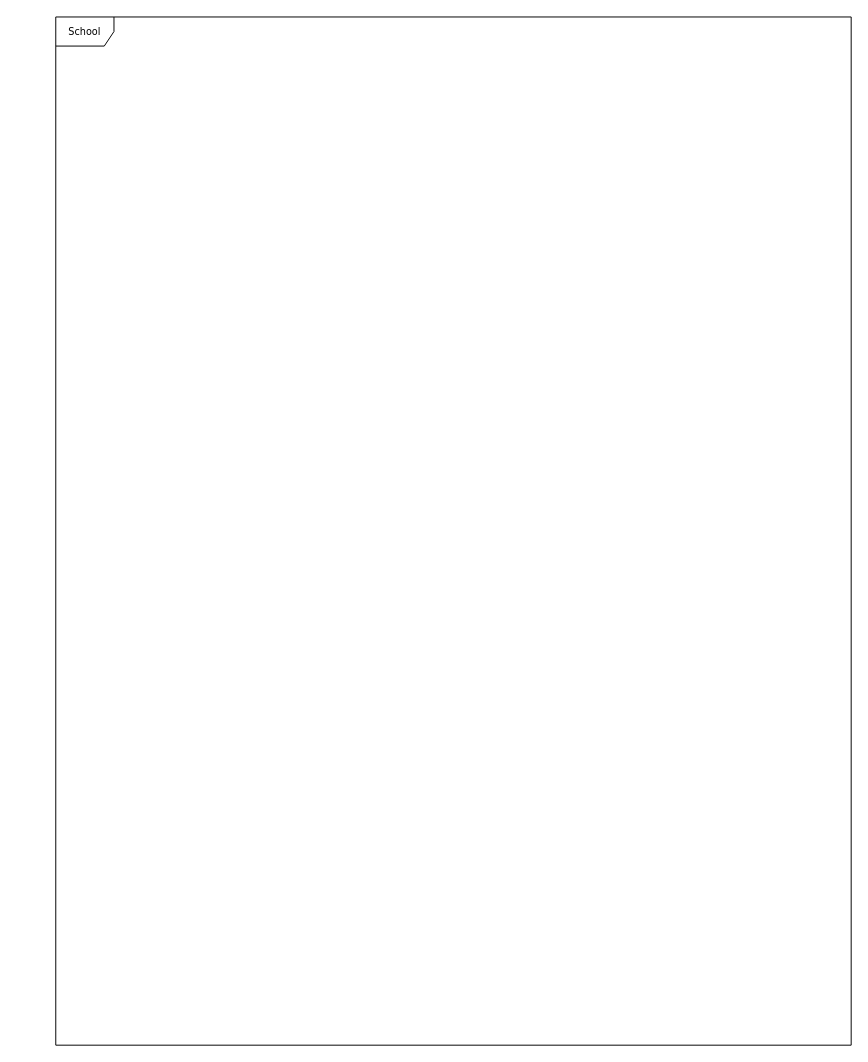
Before: School/School.class.drawio in wuwuwudedede/Lehigh, a draw.io diagram. Source tidied: cells renumbered, new cells numbered last; positions are measured from the earlier drawing's top-left corner, leaving out a move shared by most shapes. Both pictures are drawn from the tidied source at 97%, with x=0, y=0 at pixel (55, 16).
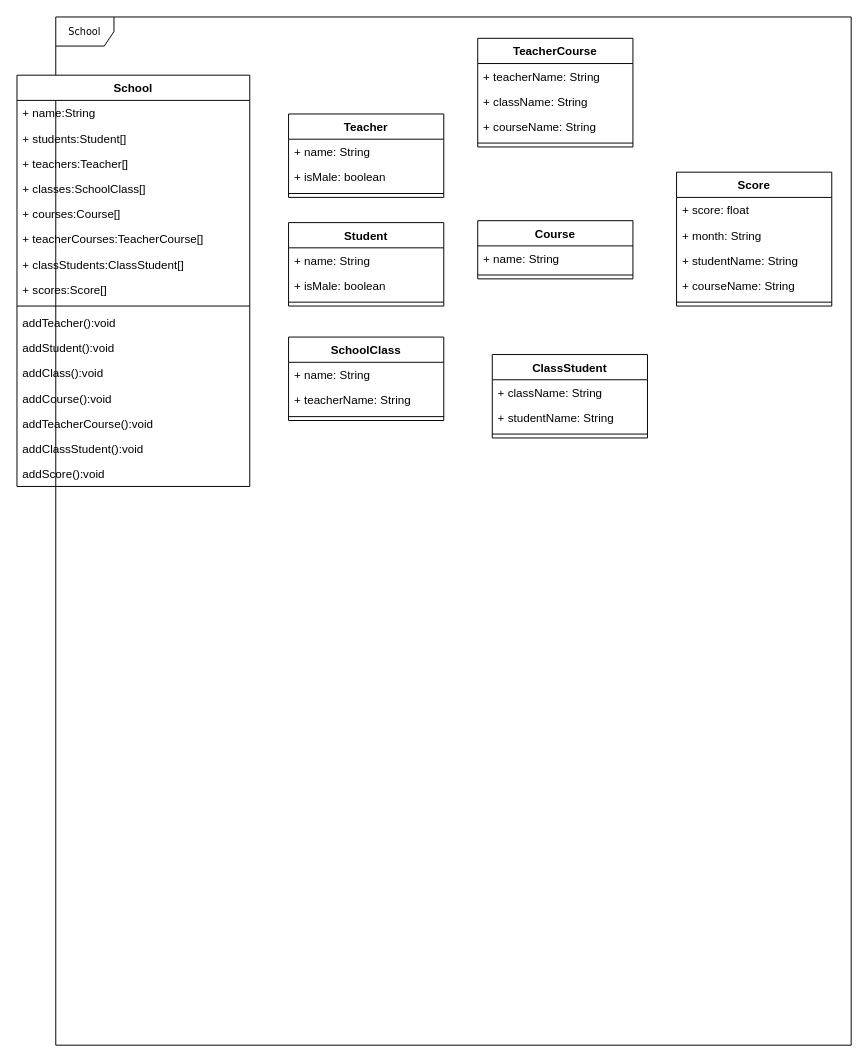
Above is the later version.

Diff of the diagram source:
```diff
@@
+    <mxCell id="3" value="School" style="swimlane;fontStyle=1;align=center;verticalAlign=top;horizontal=1;startSize=26;" parent="1" vertex="1">
+      <mxGeometry x="-40" y="60" width="240" height="424" as="geometry" />
+    </mxCell>
+    <mxCell id="4" value="+ name:String" style="text;strokeColor=none;fillColor=none;align=left;verticalAlign=top;spacingLeft=4;spacingRight=4;overflow=hidden;" parent="3" vertex="1">
+      <mxGeometry y="26" width="240" height="26" as="geometry" />
+    </mxCell>
+    <mxCell id="5" value="+ students:Student[]" style="text;strokeColor=none;fillColor=none;align=left;verticalAlign=top;spacingLeft=4;spacingRight=4;overflow=hidden;" parent="3" vertex="1">
+      <mxGeometry y="52" width="240" height="26" as="geometry" />
+    </mxCell>
+    <mxCell id="6" value="+ teachers:Teacher[]" style="text;strokeColor=none;fillColor=none;align=left;verticalAlign=top;spacingLeft=4;spacingRight=4;overflow=hidden;" parent="3" vertex="1">
+      <mxGeometry y="78" width="240" height="26" as="geometry" />
+    </mxCell>
+    <mxCell id="7" value="+ classes:SchoolClass[]" style="text;strokeColor=none;fillColor=none;align=left;verticalAlign=top;spacingLeft=4;spacingRight=4;overflow=hidden;" parent="3" vertex="1">
+      <mxGeometry y="104" width="240" height="26" as="geometry" />
+    </mxCell>
+    <mxCell id="8" value="+ courses:Course[]" style="text;strokeColor=none;fillColor=none;align=left;verticalAlign=top;spacingLeft=4;spacingRight=4;overflow=hidden;" parent="3" vertex="1">
+      <mxGeometry y="130" width="240" height="26" as="geometry" />
+    </mxCell>
+    <mxCell id="9" value="+ teacherCourses:TeacherCourse[]" style="text;strokeColor=none;fillColor=none;align=left;verticalAlign=top;spacingLeft=4;spacingRight=4;overflow=hidden;" parent="3" vertex="1">
+      <mxGeometry y="156" width="240" height="26" as="geometry" />
+    </mxCell>
+    <mxCell id="10" value="+ classStudents:ClassStudent[]" style="text;strokeColor=none;fillColor=none;align=left;verticalAlign=top;spacingLeft=4;spacingRight=4;overflow=hidden;" parent="3" vertex="1">
+      <mxGeometry y="182" width="240" height="26" as="geometry" />
+    </mxCell>
+    <mxCell id="11" value="+ scores:Score[]" style="text;strokeColor=none;fillColor=none;align=left;verticalAlign=top;spacingLeft=4;spacingRight=4;overflow=hidden;" parent="3" vertex="1">
+      <mxGeometry y="208" width="240" height="26" as="geometry" />
+    </mxCell>
+    <mxCell id="12" style="line;strokeWidth=1;fillColor=none;align=left;verticalAlign=middle;spacingTop=-1;spacingLeft=3;spacingRight=3;labelPosition=right;" parent="3" vertex="1">
+      <mxGeometry y="234" width="240" height="8" as="geometry" />
+    </mxCell>
+    <mxCell id="13" value="addTeacher():void&#10;" style="text;strokeColor=none;fillColor=none;align=left;verticalAlign=top;spacingLeft=4;spacingRight=4;overflow=hidden;" parent="3" vertex="1">
+      <mxGeometry y="242" width="240" height="26" as="geometry" />
+    </mxCell>
+    <mxCell id="14" value="addStudent():void&#10;" style="text;strokeColor=none;fillColor=none;align=left;verticalAlign=top;spacingLeft=4;spacingRight=4;overflow=hidden;" parent="3" vertex="1">
+      <mxGeometry y="268" width="240" height="26" as="geometry" />
+    </mxCell>
+    <mxCell id="15" value="addClass():void&#10;" style="text;strokeColor=none;fillColor=none;align=left;verticalAlign=top;spacingLeft=4;spacingRight=4;overflow=hidden;" parent="3" vertex="1">
+      <mxGeometry y="294" width="240" height="26" as="geometry" />
+    </mxCell>
+    <mxCell id="16" value="addCourse():void&#10;" style="text;strokeColor=none;fillColor=none;align=left;verticalAlign=top;spacingLeft=4;spacingRight=4;overflow=hidden;" parent="3" vertex="1">
+      <mxGeometry y="320" width="240" height="26" as="geometry" />
+    </mxCell>
+    <mxCell id="17" value="addTeacherCourse():void&#10;" style="text;strokeColor=none;fillColor=none;align=left;verticalAlign=top;spacingLeft=4;spacingRight=4;overflow=hidden;" parent="3" vertex="1">
+      <mxGeometry y="346" width="240" height="26" as="geometry" />
+    </mxCell>
+    <mxCell id="18" value="addClassStudent():void&#10;" style="text;strokeColor=none;fillColor=none;align=left;verticalAlign=top;spacingLeft=4;spacingRight=4;overflow=hidden;" parent="3" vertex="1">
+      <mxGeometry y="372" width="240" height="26" as="geometry" />
+    </mxCell>
+    <mxCell id="19" value="addScore():void&#10;" style="text;strokeColor=none;fillColor=none;align=left;verticalAlign=top;spacingLeft=4;spacingRight=4;overflow=hidden;" parent="3" vertex="1">
+      <mxGeometry y="398" width="240" height="26" as="geometry" />
+    </mxCell>
+    <mxCell id="20" value="Teacher" style="swimlane;fontStyle=1;align=center;verticalAlign=top;horizontal=1;startSize=26;" parent="1" vertex="1">
+      <mxGeometry x="240" y="100" width="160" height="86" as="geometry" />
+    </mxCell>
+    <mxCell id="21" value="+ name: String" style="text;strokeColor=none;fillColor=none;align=left;verticalAlign=top;spacingLeft=4;spacingRight=4;overflow=hidden;" parent="20" vertex="1">
+      <mxGeometry y="26" width="160" height="26" as="geometry" />
+    </mxCell>
+    <mxCell id="22" value="+ isMale: boolean" style="text;strokeColor=none;fillColor=none;align=left;verticalAlign=top;spacingLeft=4;spacingRight=4;overflow=hidden;" parent="20" vertex="1">
+      <mxGeometry y="52" width="160" height="26" as="geometry" />
+    </mxCell>
+    <mxCell id="23" style="line;strokeWidth=1;fillColor=none;align=left;verticalAlign=middle;spacingTop=-1;spacingLeft=3;spacingRight=3;labelPosition=right;" parent="20" vertex="1">
+      <mxGeometry y="78" width="160" height="8" as="geometry" />
+    </mxCell>
+    <mxCell id="24" value="Student" style="swimlane;fontStyle=1;align=center;verticalAlign=top;horizontal=1;startSize=26;" parent="1" vertex="1">
+      <mxGeometry x="240" y="212" width="160" height="86" as="geometry" />
+    </mxCell>
+    <mxCell id="25" value="+ name: String&#10;" style="text;strokeColor=none;fillColor=none;align=left;verticalAlign=top;spacingLeft=4;spacingRight=4;overflow=hidden;" parent="24" vertex="1">
+      <mxGeometry y="26" width="160" height="26" as="geometry" />
+    </mxCell>
+    <mxCell id="26" value="+ isMale: boolean&#10;" style="text;strokeColor=none;fillColor=none;align=left;verticalAlign=top;spacingLeft=4;spacingRight=4;overflow=hidden;" parent="24" vertex="1">
+      <mxGeometry y="52" width="160" height="26" as="geometry" />
+    </mxCell>
+    <mxCell id="27" style="line;strokeWidth=1;fillColor=none;align=left;verticalAlign=middle;spacingTop=-1;spacingLeft=3;spacingRight=3;labelPosition=right;" parent="24" vertex="1">
+      <mxGeometry y="78" width="160" height="8" as="geometry" />
+    </mxCell>
+    <mxCell id="28" value="Course" style="swimlane;fontStyle=1;align=center;verticalAlign=top;horizontal=1;startSize=26;" parent="1" vertex="1">
+      <mxGeometry x="435" y="210" width="160" height="60" as="geometry" />
+    </mxCell>
+    <mxCell id="29" value="+ name: String" style="text;strokeColor=none;fillColor=none;align=left;verticalAlign=top;spacingLeft=4;spacingRight=4;overflow=hidden;" parent="28" vertex="1">
+      <mxGeometry y="26" width="160" height="26" as="geometry" />
+    </mxCell>
+    <mxCell id="30" style="line;strokeWidth=1;fillColor=none;align=left;verticalAlign=middle;spacingTop=-1;spacingLeft=3;spacingRight=3;labelPosition=right;" parent="28" vertex="1">
+      <mxGeometry y="52" width="160" height="8" as="geometry" />
+    </mxCell>
+    <mxCell id="31" value="Score" style="swimlane;fontStyle=1;align=center;verticalAlign=top;horizontal=1;startSize=26;" parent="1" vertex="1">
+      <mxGeometry x="640" y="160" width="160" height="138" as="geometry" />
+    </mxCell>
+    <mxCell id="32" value="+ score: float&#10;" style="text;strokeColor=none;fillColor=none;align=left;verticalAlign=top;spacingLeft=4;spacingRight=4;overflow=hidden;" parent="31" vertex="1">
+      <mxGeometry y="26" width="160" height="26" as="geometry" />
+    </mxCell>
+    <mxCell id="33" value="+ month: String&#10;" style="text;strokeColor=none;fillColor=none;align=left;verticalAlign=top;spacingLeft=4;spacingRight=4;overflow=hidden;" parent="31" vertex="1">
+      <mxGeometry y="52" width="160" height="26" as="geometry" />
+    </mxCell>
+    <mxCell id="34" value="+ studentName: String&#10;" style="text;strokeColor=none;fillColor=none;align=left;verticalAlign=top;spacingLeft=4;spacingRight=4;overflow=hidden;" parent="31" vertex="1">
+      <mxGeometry y="78" width="160" height="26" as="geometry" />
+    </mxCell>
+    <mxCell id="35" value="+ courseName: String&#10;" style="text;strokeColor=none;fillColor=none;align=left;verticalAlign=top;spacingLeft=4;spacingRight=4;overflow=hidden;" parent="31" vertex="1">
+      <mxGeometry y="104" width="160" height="26" as="geometry" />
+    </mxCell>
+    <mxCell id="36" style="line;strokeWidth=1;fillColor=none;align=left;verticalAlign=middle;spacingTop=-1;spacingLeft=3;spacingRight=3;labelPosition=right;" parent="31" vertex="1">
+      <mxGeometry y="130" width="160" height="8" as="geometry" />
+    </mxCell>
+    <mxCell id="37" value="SchoolClass" style="swimlane;fontStyle=1;align=center;verticalAlign=top;horizontal=1;startSize=26;" parent="1" vertex="1">
+      <mxGeometry x="240" y="330" width="160" height="86" as="geometry" />
+    </mxCell>
+    <mxCell id="38" value="+ name: String" style="text;strokeColor=none;fillColor=none;align=left;verticalAlign=top;spacingLeft=4;spacingRight=4;overflow=hidden;" parent="37" vertex="1">
+      <mxGeometry y="26" width="160" height="26" as="geometry" />
+    </mxCell>
+    <mxCell id="39" value="+ teacherName: String&#10;&#10;" style="text;strokeColor=none;fillColor=none;align=left;verticalAlign=top;spacingLeft=4;spacingRight=4;overflow=hidden;" parent="37" vertex="1">
+      <mxGeometry y="52" width="160" height="26" as="geometry" />
+    </mxCell>
+    <mxCell id="40" style="line;strokeWidth=1;fillColor=none;align=left;verticalAlign=middle;spacingTop=-1;spacingLeft=3;spacingRight=3;labelPosition=right;" parent="37" vertex="1">
+      <mxGeometry y="78" width="160" height="8" as="geometry" />
+    </mxCell>
+    <mxCell id="41" value="TeacherCourse" style="swimlane;fontStyle=1;align=center;verticalAlign=top;horizontal=1;startSize=26;" parent="1" vertex="1">
+      <mxGeometry x="435" y="22" width="160" height="112" as="geometry" />
+    </mxCell>
+    <mxCell id="42" value="+ teacherName: String" style="text;strokeColor=none;fillColor=none;align=left;verticalAlign=top;spacingLeft=4;spacingRight=4;overflow=hidden;" parent="41" vertex="1">
+      <mxGeometry y="26" width="160" height="26" as="geometry" />
+    </mxCell>
+    <mxCell id="43" value="+ className: String" style="text;strokeColor=none;fillColor=none;align=left;verticalAlign=top;spacingLeft=4;spacingRight=4;overflow=hidden;" parent="41" vertex="1">
+      <mxGeometry y="52" width="160" height="26" as="geometry" />
+    </mxCell>
+    <mxCell id="44" value="+ courseName: String" style="text;strokeColor=none;fillColor=none;align=left;verticalAlign=top;spacingLeft=4;spacingRight=4;overflow=hidden;" parent="41" vertex="1">
+      <mxGeometry y="78" width="160" height="26" as="geometry" />
+    </mxCell>
+    <mxCell id="45" style="line;strokeWidth=1;fillColor=none;align=left;verticalAlign=middle;spacingTop=-1;spacingLeft=3;spacingRight=3;labelPosition=right;" parent="41" vertex="1">
+      <mxGeometry y="104" width="160" height="8" as="geometry" />
+    </mxCell>
+    <mxCell id="46" value="ClassStudent" style="swimlane;fontStyle=1;align=center;verticalAlign=top;horizontal=1;startSize=26;" parent="1" vertex="1">
+      <mxGeometry x="450" y="348" width="160" height="86" as="geometry" />
+    </mxCell>
+    <mxCell id="47" value="+ className: String" style="text;strokeColor=none;fillColor=none;align=left;verticalAlign=top;spacingLeft=4;spacingRight=4;overflow=hidden;" parent="46" vertex="1">
+      <mxGeometry y="26" width="160" height="26" as="geometry" />
+    </mxCell>
+    <mxCell id="48" value="+ studentName: String" style="text;strokeColor=none;fillColor=none;align=left;verticalAlign=top;spacingLeft=4;spacingRight=4;overflow=hidden;" parent="46" vertex="1">
+      <mxGeometry y="52" width="160" height="26" as="geometry" />
+    </mxCell>
+    <mxCell id="49" style="line;strokeWidth=1;fillColor=none;align=left;verticalAlign=middle;spacingTop=-1;spacingLeft=3;spacingRight=3;labelPosition=right;" parent="46" vertex="1">
+      <mxGeometry y="78" width="160" height="8" as="geometry" />
+    </mxCell>
```
